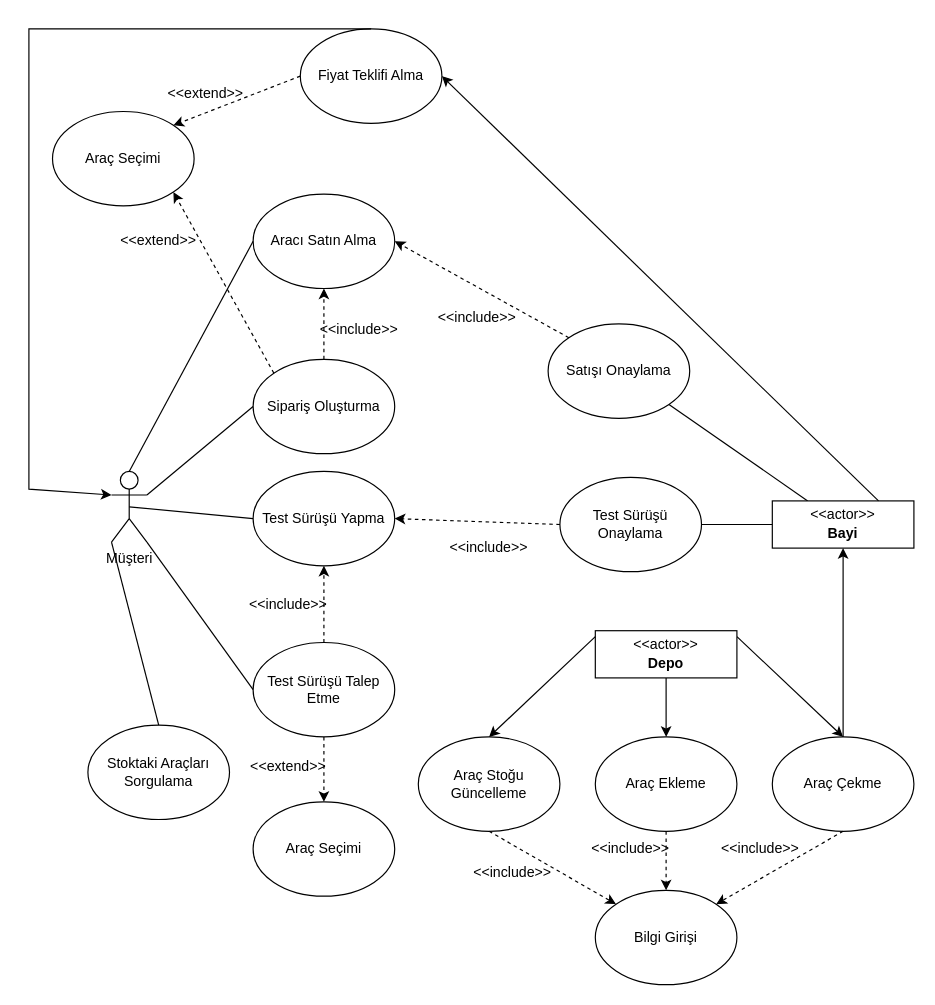
Earlier version of the draw.io diagram diagrams/kullanim_senaryo.drawio (Ahmet-MahirDEMIRELLI/Birinci_El_Arac_Satis_Bilgi_Sistemi). Source tidied: cells renumbered, new cells numbered last; positions are measured from the earlier drawing's top-left corner, leaving out a move shared by most shapes. Both pictures are drawn from the tidied source at 118%, with x=0, y=0 at pixel (28, 28).
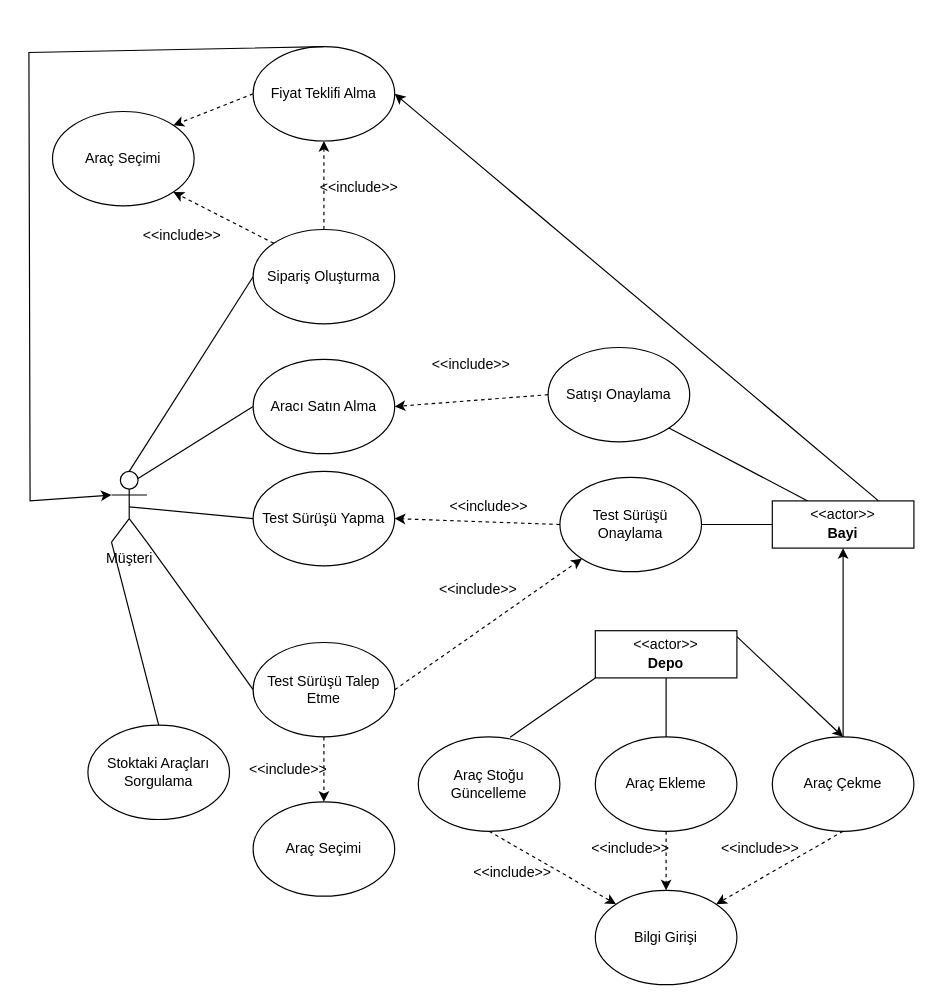
The same diagram, later.

Unchanged cells that the change refers to:
```xml
<mxCell id="2" value="Müşteri" style="shape=umlActor;verticalLabelPosition=bottom;verticalAlign=top;html=1;outlineConnect=0;textShadow=0;" parent="1" vertex="1">
  <mxGeometry x="70" y="375" width="30" height="60" as="geometry" />
</mxCell>
<mxCell id="10" value="Test Sürüşü Yapma" style="ellipse;whiteSpace=wrap;html=1;" parent="1" vertex="1">
  <mxGeometry x="190" y="375" width="120" height="80" as="geometry" />
</mxCell>
<mxCell id="18" value="&amp;lt;&amp;lt;actor&amp;gt;&amp;gt;" style="html=1;align=center;spacing=0;verticalAlign=middle;strokeColor=none;fillColor=none;whiteSpace=wrap;spacingTop=3;" parent="17" vertex="1">
  <mxGeometry width="120" height="20" as="geometry" />
</mxCell>
<mxCell id="19" value="Depo" style="html=1;align=center;spacing=0;verticalAlign=middle;strokeColor=none;fillColor=none;whiteSpace=wrap;spacingBottom=4;fontStyle=1;" parent="17" vertex="1">
  <mxGeometry y="20" width="120" height="20" as="geometry" />
</mxCell>
<mxCell id="20" value="Araç Ekleme" style="ellipse;whiteSpace=wrap;html=1;" parent="1" vertex="1">
  <mxGeometry x="480" y="600" width="120" height="80" as="geometry" />
</mxCell>
<mxCell id="21" value="Araç Stoğu Güncelleme" style="ellipse;whiteSpace=wrap;html=1;" parent="1" vertex="1">
  <mxGeometry x="330" y="600" width="120" height="80" as="geometry" />
</mxCell>
<mxCell id="24" value="Test Sürüşü Talep Etme" style="ellipse;whiteSpace=wrap;html=1;" parent="1" vertex="1">
  <mxGeometry x="190" y="520" width="120" height="80" as="geometry" />
</mxCell>
<mxCell id="25" value="Test Sürüşü Onaylama" style="ellipse;whiteSpace=wrap;html=1;" parent="1" vertex="1">
  <mxGeometry x="450" y="380" width="120" height="80" as="geometry" />
</mxCell>
```

What changed in the source:
```diff
@@
     <mxCell id="4" value="Sipariş Oluşturma" style="ellipse;whiteSpace=wrap;html=1;" parent="1" vertex="1">
-      <mxGeometry x="190" y="280" width="120" height="80" as="geometry" />
+      <mxGeometry x="190" y="170" width="120" height="80" as="geometry" />
     </mxCell>
@@
-    <mxCell id="9" style="endArrow=none;html=1;rounded=0;exitX=1;exitY=0.3333333333333333;exitDx=0;exitDy=0;exitPerimeter=0;entryX=0;entryY=0.5;entryDx=0;entryDy=0;" parent="1" edge="1" source="2" target="4">
+    <mxCell id="9" style="endArrow=none;html=1;rounded=0;exitX=0.5;exitY=0;exitDx=0;exitDy=0;exitPerimeter=0;entryX=0;entryY=0.5;entryDx=0;entryDy=0;" parent="1" edge="1" source="2" target="4">
       <mxGeometry relative="1" as="geometry" />
     </mxCell>
@@
     <mxCell id="12" value="Satışı Onaylama" style="ellipse;whiteSpace=wrap;html=1;" parent="1" vertex="1">
-      <mxGeometry x="440" y="250" width="120" height="80" as="geometry" />
+      <mxGeometry x="440" y="270" width="120" height="80" as="geometry" />
     </mxCell>
@@
-    <mxCell id="22" style="endArrow=classic;html=1;rounded=0;exitX=0.5;exitY=1;exitDx=0;exitDy=0;entryX=0.5;entryY=0;entryDx=0;entryDy=0;" parent="1" edge="1" source="19" target="20">
-      <mxGeometry relative="1" as="geometry" />
-    </mxCell>
-    <mxCell id="23" style="endArrow=classic;html=1;rounded=0;exitX=0;exitY=0.25;exitDx=0;exitDy=0;entryX=0.5;entryY=0;entryDx=0;entryDy=0;" parent="1" edge="1" source="18">
-      <mxGeometry relative="1" as="geometry">
-        <mxPoint x="390" y="600" as="targetPoint" />
-      </mxGeometry>
-    </mxCell>
@@
-    <mxCell id="27" style="html=1;labelBackgroundColor=#ffffff;startArrow=none;startFill=0;startSize=6;endArrow=classic;endFill=1;endSize=6;jettySize=auto;strokeWidth=1;dashed=1;fontSize=14;rounded=0;exitX=0.5;exitY=0;exitDx=0;exitDy=0;entryX=0.5;entryY=1;entryDx=0;entryDy=0;" parent="1" edge="1" source="24" target="10">
-      <mxGeometry relative="1" as="geometry" />
-    </mxCell>
-    <mxCell id="28" value="&amp;lt;&amp;lt;include&amp;gt;&amp;gt;" style="text;html=1;align=center;verticalAlign=middle;whiteSpace=wrap;rounded=0;" parent="1" vertex="1">
-      <mxGeometry x="190" y="470" width="60" height="35" as="geometry" />
-    </mxCell>
-    <mxCell id="29" style="html=1;labelBackgroundColor=#ffffff;startArrow=none;startFill=0;startSize=6;endArrow=classic;endFill=1;endSize=6;jettySize=auto;strokeWidth=1;dashed=1;fontSize=14;rounded=0;exitX=0;exitY=0.5;exitDx=0;exitDy=0;entryX=1;entryY=0.5;entryDx=0;entryDy=0;" parent="1" edge="1" source="25" target="10">
+    <mxCell id="29" style="html=1;labelBackgroundColor=#ffffff;startArrow=none;startFill=0;startSize=6;endArrow=classic;endFill=1;endSize=6;jettySize=auto;strokeWidth=1;dashed=1;fontSize=14;rounded=0;exitX=1;exitY=0.5;exitDx=0;exitDy=0;" parent="1" edge="1" source="24" target="25">
       <mxGeometry relative="1" as="geometry" />
     </mxCell>
     <mxCell id="30" value="&amp;lt;&amp;lt;include&amp;gt;&amp;gt;" style="text;html=1;align=center;verticalAlign=middle;whiteSpace=wrap;rounded=0;" parent="1" vertex="1">
-      <mxGeometry x="360" y="425" width="60" height="30" as="geometry" />
+      <mxGeometry x="351" y="460" width="60" height="30" as="geometry" />
     </mxCell>
@@
     <mxCell id="32" value="Aracı Satın Alma" style="ellipse;whiteSpace=wrap;html=1;" parent="1" vertex="1">
-      <mxGeometry x="190" y="140" width="120" height="80" as="geometry" />
+      <mxGeometry x="190" y="280" width="120" height="80" as="geometry" />
     </mxCell>
-    <mxCell id="33" style="endArrow=none;html=1;rounded=0;exitX=0.5;exitY=0;exitDx=0;exitDy=0;exitPerimeter=0;entryX=0;entryY=0.5;entryDx=0;entryDy=0;" parent="1" edge="1" source="2" target="32">
+    <mxCell id="33" style="endArrow=none;html=1;rounded=0;exitX=0.75;exitY=0.1;exitDx=0;exitDy=0;exitPerimeter=0;entryX=0;entryY=0.5;entryDx=0;entryDy=0;" parent="1" edge="1" source="2" target="32">
       <mxGeometry relative="1" as="geometry" />
     </mxCell>
-    <mxCell id="34" style="html=1;labelBackgroundColor=#ffffff;startArrow=none;startFill=0;startSize=6;endArrow=classic;endFill=1;endSize=6;jettySize=auto;strokeWidth=1;dashed=1;fontSize=14;rounded=0;entryX=1;entryY=0.5;entryDx=0;entryDy=0;exitX=0;exitY=0;exitDx=0;exitDy=0;" parent="1" edge="1" source="12" target="32">
+    <mxCell id="34" style="html=1;labelBackgroundColor=#ffffff;startArrow=none;startFill=0;startSize=6;endArrow=classic;endFill=1;endSize=6;jettySize=auto;strokeWidth=1;dashed=1;fontSize=14;rounded=0;exitX=0.5;exitY=0;exitDx=0;exitDy=0;entryX=0.5;entryY=1;entryDx=0;entryDy=0;" parent="1" edge="1" source="4" target="51">
       <mxGeometry relative="1" as="geometry" />
     </mxCell>
-    <mxCell id="35" style="html=1;labelBackgroundColor=#ffffff;startArrow=none;startFill=0;startSize=6;endArrow=classic;endFill=1;endSize=6;jettySize=auto;strokeWidth=1;dashed=1;fontSize=14;rounded=0;exitX=0.5;exitY=0;exitDx=0;exitDy=0;entryX=0.5;entryY=1;entryDx=0;entryDy=0;" parent="1" edge="1" source="4" target="32">
-      <mxGeometry relative="1" as="geometry" />
+    <mxCell id="35" style="html=1;labelBackgroundColor=#ffffff;startArrow=none;startFill=0;startSize=6;endArrow=classic;endFill=1;endSize=6;jettySize=auto;strokeWidth=1;dashed=1;fontSize=14;rounded=0;exitX=0;exitY=0.5;exitDx=0;exitDy=0;" parent="1" edge="1" source="12">
+      <mxGeometry relative="1" as="geometry">
+        <mxPoint x="310" y="320" as="targetPoint" />
+      </mxGeometry>
     </mxCell>
     <mxCell id="36" value="&amp;lt;&amp;lt;include&amp;gt;&amp;gt;" style="text;html=1;align=center;verticalAlign=middle;whiteSpace=wrap;rounded=0;" parent="1" vertex="1">
-      <mxGeometry x="250" y="240" width="60" height="30" as="geometry" />
+      <mxGeometry x="250" y="120" width="60" height="30" as="geometry" />
     </mxCell>
     <mxCell id="37" value="&amp;lt;&amp;lt;include&amp;gt;&amp;gt;" style="text;html=1;align=center;verticalAlign=middle;whiteSpace=wrap;rounded=0;" parent="1" vertex="1">
-      <mxGeometry x="350" y="230" width="60" height="30" as="geometry" />
+      <mxGeometry x="344.5" y="270" width="60" height="30" as="geometry" />
     </mxCell>
@@
-    <mxCell id="40" value="&amp;lt;&amp;lt;extend&amp;gt;&amp;gt;" style="text;html=1;align=center;verticalAlign=middle;whiteSpace=wrap;rounded=0;" parent="1" vertex="1">
-      <mxGeometry x="190" y="610" width="60" height="30" as="geometry" />
-    </mxCell>
@@
-    <mxCell id="42" value="&amp;lt;&amp;lt;extend&amp;gt;&amp;gt;" style="text;html=1;align=center;verticalAlign=middle;whiteSpace=wrap;rounded=0;" parent="1" vertex="1">
-      <mxGeometry x="80" y="165" width="60" height="30" as="geometry" />
-    </mxCell>
@@
     <mxCell id="51" value="Fiyat Teklifi Alma" style="ellipse;whiteSpace=wrap;html=1;" parent="1" vertex="1">
-      <mxGeometry x="230" width="120" height="80" as="geometry" />
+      <mxGeometry x="190" y="15" width="120" height="80" as="geometry" />
     </mxCell>
@@
-    <mxCell id="53" value="&amp;lt;&amp;lt;extend&amp;gt;&amp;gt;" style="text;html=1;align=center;verticalAlign=middle;whiteSpace=wrap;rounded=0;" parent="1" vertex="1">
-      <mxGeometry x="120" y="40" width="60" height="30" as="geometry" />
-    </mxCell>
@@
     <mxCell id="55" style="endArrow=classic;html=1;rounded=0;exitX=0.5;exitY=0;exitDx=0;exitDy=0;entryX=0;entryY=0.3333333333333333;entryDx=0;entryDy=0;entryPerimeter=0;" parent="1" edge="1" source="51" target="2">
       <mxGeometry relative="1" as="geometry">
         <Array as="points">
-          <mxPoint />
-          <mxPoint y="390" />
+          <mxPoint y="20" />
+          <mxPoint x="1" y="400" />
         </Array>
       </mxGeometry>
     </mxCell>
+    <mxCell id="56" value="&amp;lt;&amp;lt;include&amp;gt;&amp;gt;" style="text;html=1;align=center;verticalAlign=middle;whiteSpace=wrap;rounded=0;" parent="1" vertex="1">
+      <mxGeometry x="100" y="160" width="60" height="30" as="geometry" />
+    </mxCell>
+    <mxCell id="57" style="endArrow=none;html=1;rounded=0;entryX=0;entryY=1;entryDx=0;entryDy=0;exitX=0.648;exitY=0.003;exitDx=0;exitDy=0;exitPerimeter=0;" parent="1" edge="1" source="21" target="19">
+      <mxGeometry relative="1" as="geometry" />
+    </mxCell>
+    <mxCell id="22" style="endArrow=none;html=1;rounded=0;exitX=0.5;exitY=1;exitDx=0;exitDy=0;entryX=0.5;entryY=0;entryDx=0;entryDy=0;" parent="1" edge="1" source="19" target="20">
+      <mxGeometry relative="1" as="geometry" />
+    </mxCell>
+    <mxCell id="58" value="&amp;lt;&amp;lt;include&amp;gt;&amp;gt;" style="text;html=1;align=center;verticalAlign=middle;whiteSpace=wrap;rounded=0;" parent="1" vertex="1">
+      <mxGeometry x="190" y="610" width="60" height="35" as="geometry" />
+    </mxCell>
+    <mxCell id="59" value="&amp;lt;&amp;lt;include&amp;gt;&amp;gt;" style="text;html=1;align=center;verticalAlign=middle;whiteSpace=wrap;rounded=0;" parent="1" vertex="1">
+      <mxGeometry x="360" y="390" width="60" height="30" as="geometry" />
+    </mxCell>
+    <mxCell id="60" style="html=1;labelBackgroundColor=#ffffff;startArrow=none;startFill=0;startSize=6;endArrow=classic;endFill=1;endSize=6;jettySize=auto;strokeWidth=1;dashed=1;fontSize=14;rounded=0;exitX=0;exitY=0.5;exitDx=0;exitDy=0;entryX=1;entryY=0.5;entryDx=0;entryDy=0;" parent="1" edge="1" source="25" target="10">
+      <mxGeometry relative="1" as="geometry" />
+    </mxCell>
```
